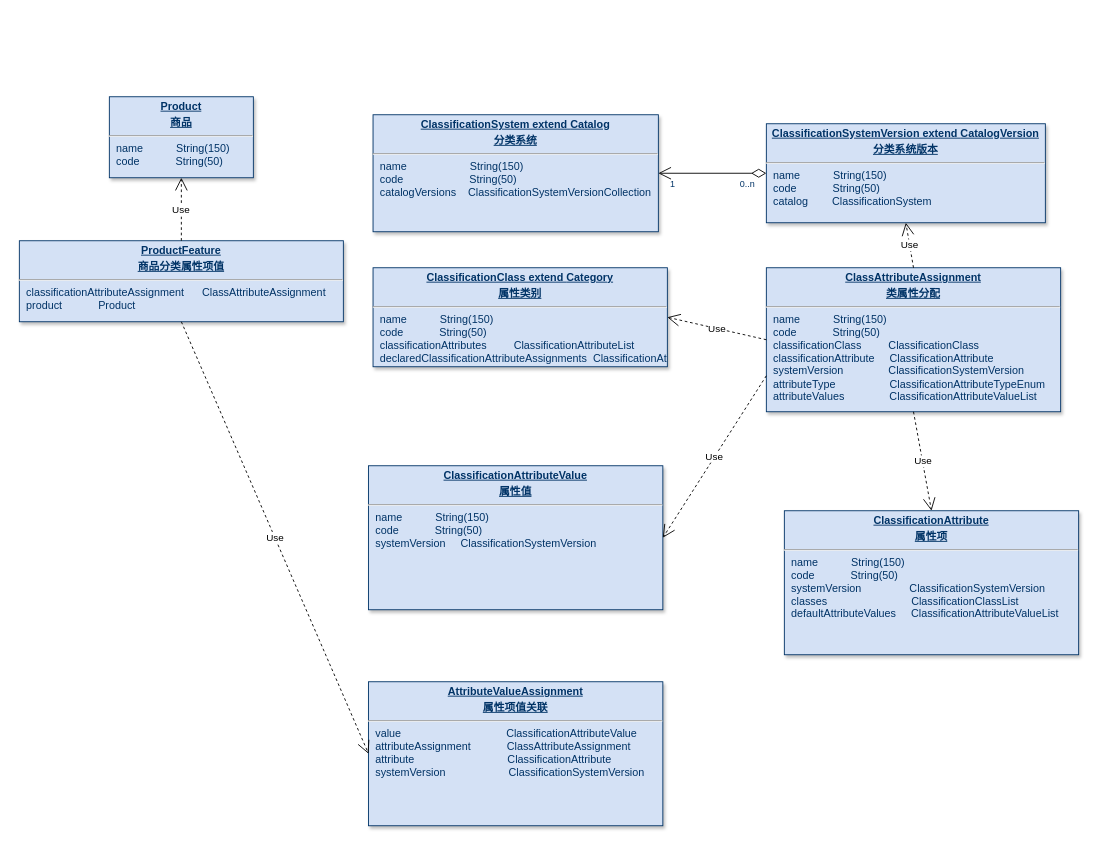
This is 商品.drawio from rockywade/draw, a draw.io file, before an edit. Source tidied: cells renumbered, new cells numbered last; positions are measured from the earlier drawing's top-left corner, leaving out a move shared by most shapes. Both pictures are drawn from the tidied source at 90%, with x=0, y=0 at pixel (19, 96).
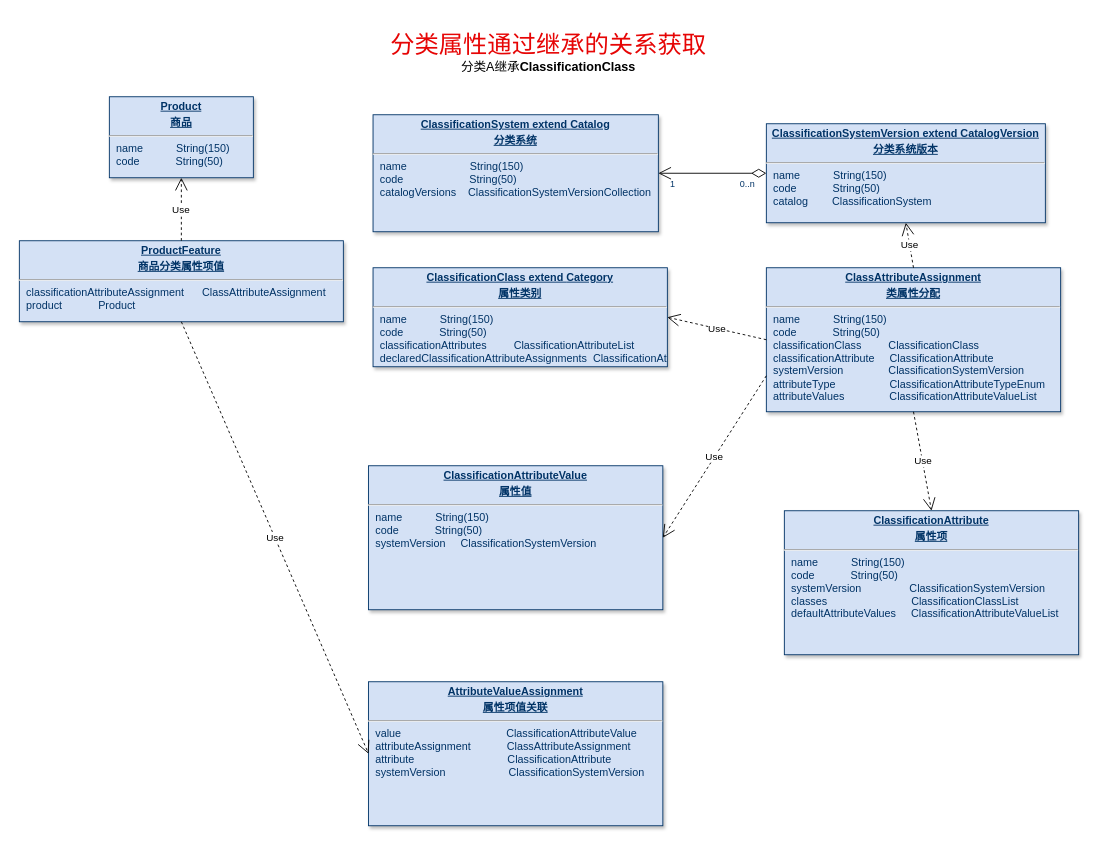
The same page after the edit.

Diff of the diagram source:
```diff
@@
+    <mxCell id="20" value="&lt;font style=&quot;font-size: 14px;&quot;&gt;&lt;span style=&quot;color: rgb(230, 5, 5); font-size: 27px;&quot;&gt;分类属性通过继承的关系获取&lt;/span&gt;&lt;br&gt;&lt;font face=&quot;Helvetica&quot; style=&quot;font-size: 14px;&quot;&gt;分类A继承&lt;/font&gt;&lt;/font&gt;&lt;b style=&quot;text-wrap: nowrap; font-size: 14px;&quot;&gt;&lt;font face=&quot;AT_Fen1BJLqGnFipQXmh&quot; style=&quot;font-size: 14px;&quot;&gt;ClassificationClass&lt;/font&gt;&lt;/b&gt;" style="text;html=1;align=center;verticalAlign=middle;whiteSpace=wrap;rounded=0;" parent="1" vertex="1">
+      <mxGeometry x="388" y="-90" width="400" height="81" as="geometry" />
+    </mxCell>
```
